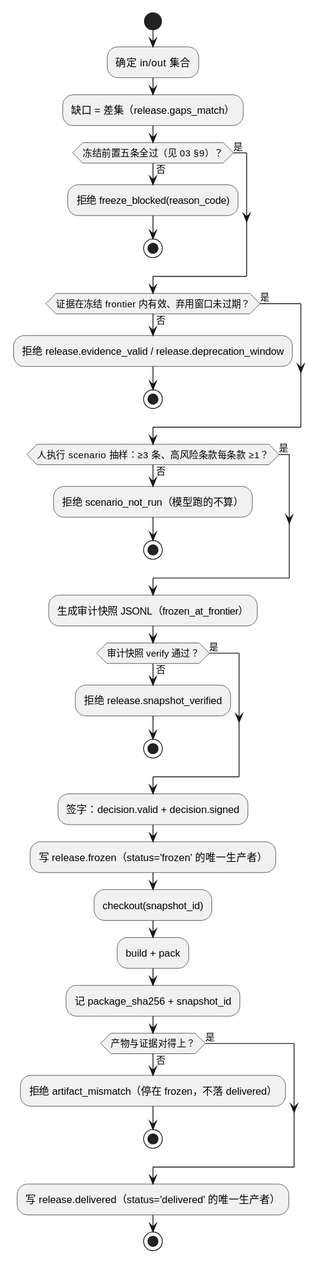
raitpor/dsh-software-dev-office keeps this PlantUML diagram as design/diagrams/p8-release.svg. Above is the earlier version.
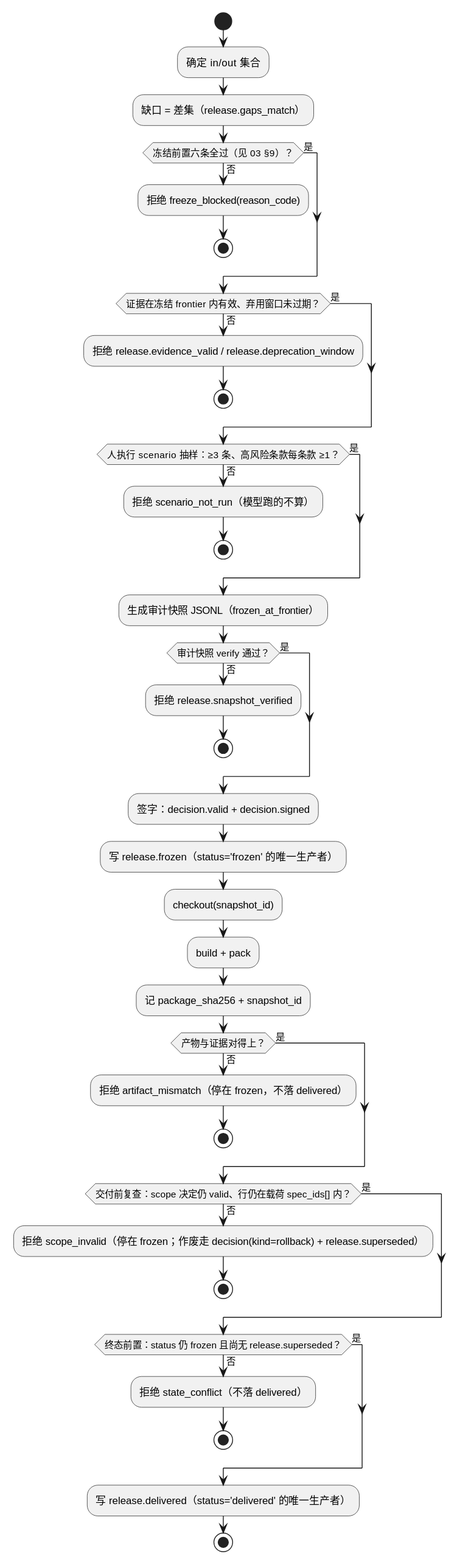
Above is the later version.

What changed in the source:
```diff
@@ -2,7 +2,7 @@
 start
 :确定 in/out 集合;
 :缺口 = 差集（release.gaps_match）;
-if (冻结前置五条全过（见 03 §9）？) then (否)
+if (冻结前置六条全过（见 03 §9）？) then (否)
   :拒绝 freeze_blocked(reason_code);
   stop
 else (是)
@@ -33,6 +33,16 @@
   stop
 else (是)
 endif
+if (交付前复查：scope 决定仍 valid、行仍在载荷 spec_ids[] 内？) then (否)
+  :拒绝 scope_invalid（停在 frozen；作废走 decision(kind=rollback) + release.superseded）;
+  stop
+else (是)
+endif
+if (终态前置：status 仍 frozen 且尚无 release.superseded？) then (否)
+  :拒绝 state_conflict（不落 delivered）;
+  stop
+else (是)
+endif
 :写 release.delivered（status='delivered' 的唯一生产者）;
 stop
 @enduml
```
